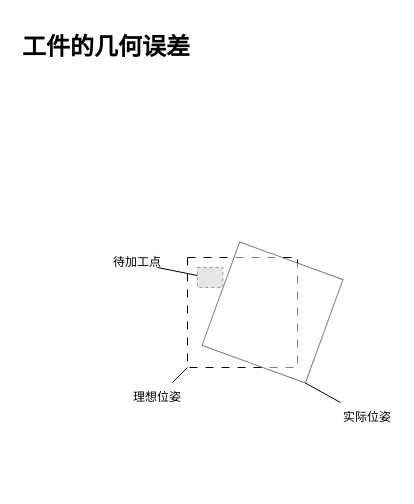
wjaswdd/draw.io keeps this draw.io diagram as 几何误差.drawio. Above is the earlier version. Source tidied: cells renumbered, new cells numbered last; positions are measured from the earlier drawing's top-left corner, leaving out a move shared by most shapes. Both pictures are drawn from the tidied source at 100%, with x=0, y=0 at pixel (17, 27). Pictures stored in the file or linked from it are replaced by grey dashed boxes.
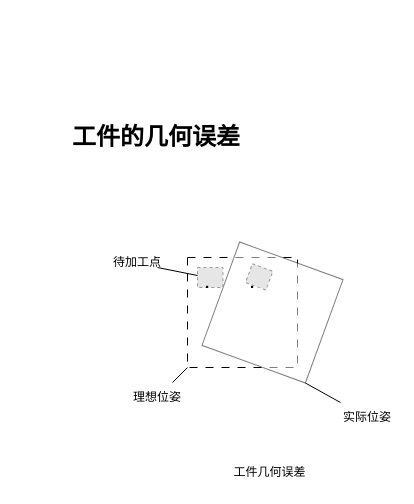
The same page after the edit.

Commit message (it also covers changes not shown here):
更新几何误差.drawio

What changed in the source:
```diff
@@
 <mxGraphModel>
   <root>
     <mxCell id="0" />
     <mxCell id="1" parent="0" />
     <mxCell id="2" style="endArrow=none;html=1;rounded=0;entryX=1;entryY=1;entryDx=0;entryDy=0;" parent="1" edge="1" source="5" target="4">
       <mxGeometry relative="1" as="geometry" />
     </mxCell>
     <mxCell id="3" style="rounded=0;whiteSpace=wrap;html=1;rotation=0;dashed=1;dashPattern=8 8;" parent="1" vertex="1">
       <mxGeometry x="170" y="230" width="110" height="110" as="geometry" />
     </mxCell>
     <mxCell id="4" style="rounded=0;whiteSpace=wrap;html=1;rotation=20;opacity=50;" parent="1" vertex="1">
       <mxGeometry x="200" y="230" width="110" height="110" as="geometry" />
     </mxCell>
     <mxCell id="5" value="实际位姿" style="text;html=1;strokeColor=none;fillColor=none;align=center;verticalAlign=middle;whiteSpace=wrap;rounded=0;" parent="1" vertex="1">
       <mxGeometry x="320" y="375" width="60" height="30" as="geometry" />
     </mxCell>
     <mxCell id="6" style="endArrow=none;html=1;rounded=0;entryX=0;entryY=1;entryDx=0;entryDy=0;" parent="1" edge="1" source="7" target="3">
       <mxGeometry relative="1" as="geometry" />
     </mxCell>
     <mxCell id="7" value="理想位姿" style="text;html=1;strokeColor=none;fillColor=none;align=center;verticalAlign=middle;whiteSpace=wrap;rounded=0;" parent="1" vertex="1">
       <mxGeometry x="110" y="355" width="60" height="30" as="geometry" />
     </mxCell>
     <mxCell id="8" style="endArrow=none;html=1;rounded=0;" parent="1" edge="1">
       <mxGeometry relative="1" as="geometry">
         <mxPoint x="190" y="250" as="sourcePoint" />
         <mxPoint x="140" y="240" as="targetPoint" />
       </mxGeometry>
     </mxCell>
     <mxCell id="9" style="fillColor=#E6E6E6;strokeColor=#999999;dashed=1;verticalLabelPosition=bottom;labelBackgroundColor=default;verticalAlign=top;" parent="1" vertex="1">
       <mxGeometry x="180" y="240" width="25.4" height="20" as="geometry" />
     </mxCell>
     <mxCell id="10" value="待加工点" style="text;html=1;strokeColor=none;fillColor=none;align=center;verticalAlign=middle;whiteSpace=wrap;rounded=0;" parent="1" vertex="1">
       <mxGeometry x="90" y="220" width="60" height="30" as="geometry" />
     </mxCell>
     <mxCell id="11" value="&lt;h1&gt;工件的几何误差&lt;/h1&gt;&lt;div&gt;&lt;br&gt;&lt;/div&gt;" style="text;html=1;strokeColor=none;fillColor=none;spacing=5;spacingTop=-20;whiteSpace=wrap;overflow=hidden;rounded=0;" parent="1" vertex="1">
-      <mxGeometry width="190" height="120" as="geometry" />
+      <mxGeometry x="50" y="90" width="190" height="120" as="geometry" />
     </mxCell>
+    <mxCell id="12" style="fillColor=#E6E6E6;strokeColor=#999999;dashed=1;verticalLabelPosition=bottom;labelBackgroundColor=default;verticalAlign=top;rotation=20;" parent="1" vertex="1">
+      <mxGeometry x="230.8" y="239.4" width="21.8" height="20" as="geometry" />
+    </mxCell>
+    <mxCell id="13" value="&lt;font style=&quot;font-size: 15px;&quot;&gt;&lt;b&gt;.&lt;/b&gt;&lt;/font&gt;" style="text;html=1;strokeColor=none;fillColor=none;align=center;verticalAlign=middle;whiteSpace=wrap;rounded=0;" parent="1" vertex="1">
+      <mxGeometry x="175.4" y="240" width="30" height="30" as="geometry" />
+    </mxCell>
+    <mxCell id="14" value="&lt;font style=&quot;font-size: 15px;&quot;&gt;&lt;b&gt;.&lt;/b&gt;&lt;/font&gt;" style="text;html=1;strokeColor=none;fillColor=none;align=center;verticalAlign=middle;whiteSpace=wrap;rounded=0;" parent="1" vertex="1">
+      <mxGeometry x="220" y="240" width="30" height="30" as="geometry" />
+    </mxCell>
+    <mxCell id="15" value="工件几何误差" style="text;html=1;strokeColor=none;fillColor=none;align=center;verticalAlign=middle;whiteSpace=wrap;rounded=0;" parent="1" vertex="1">
+      <mxGeometry x="195" y="430" width="115" height="30" as="geometry" />
+    </mxCell>
   </root>
 </mxGraphModel>
```
